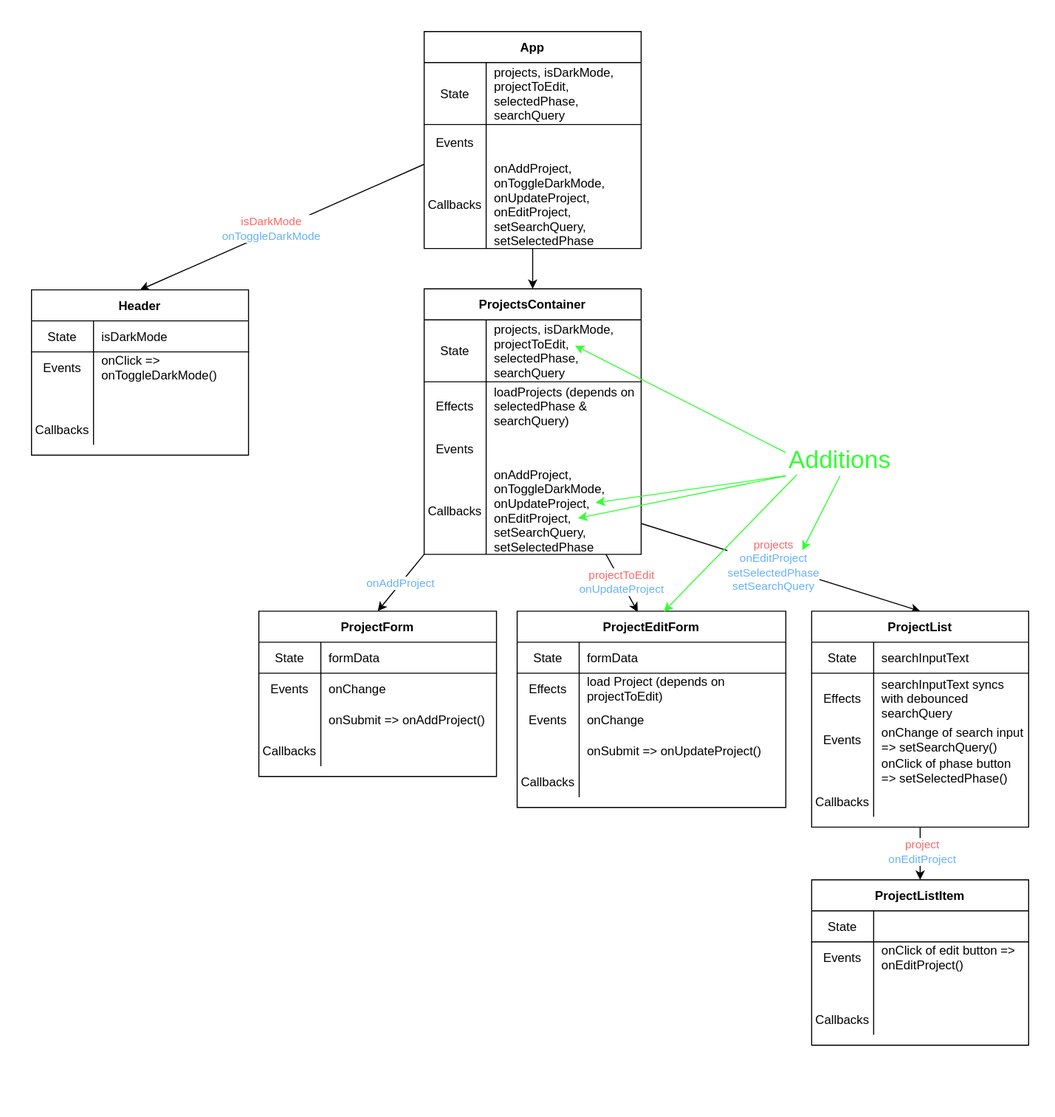
learn-co-students/SENG-LIVE-082922-phase-2-react keeps this draw.io diagram as 06_PATCH_DELETE/assets/component-hierarchy-with-data-flow.drawio.svg. Above is the earlier version. Source tidied: cells renumbered, new cells last; positions are measured from the earlier drawing's top-left corner, leaving out a move shared by most shapes.
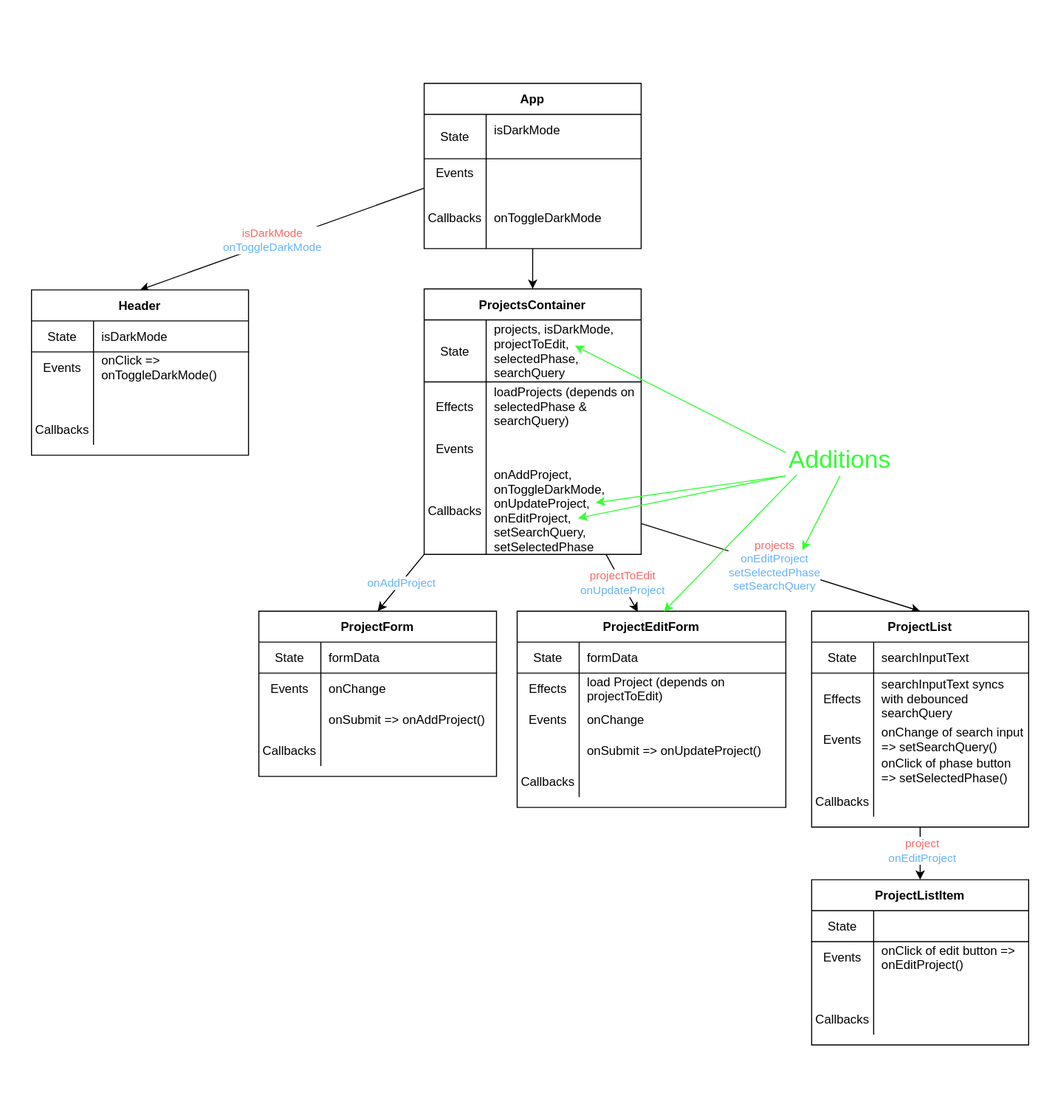
The same file after the commit.

Commit message:
update component hierarchy diagram

Change to the diagram source:
```diff
@@ -322,37 +322,37 @@
       <mxGeometry relative="1" as="geometry" />
     </mxCell>
     <mxCell id="105" value="App" style="shape=table;startSize=30;rowLines=0;fontStyle=1;align=center;" parent="1" vertex="1">
-      <mxGeometry x="410" y="30" width="210" height="210" as="geometry" />
+      <mxGeometry x="410" y="80" width="210" height="160" as="geometry" />
     </mxCell>
     <mxCell id="106" style="shape=partialRectangle;fillColor=none;top=0;left=0;bottom=0;right=0;" parent="105" vertex="1">
-      <mxGeometry y="30" width="210" height="31" as="geometry" />
+      <mxGeometry y="30" width="210" height="22" as="geometry" />
     </mxCell>
     <mxCell id="107" value="State" style="shape=partialRectangle;fillColor=none;top=0;left=0;bottom=1;right=0;fontStyle=0;overflow=hidden;colspan=1;rowspan=2;" parent="106" vertex="1">
-      <mxGeometry width="60" height="60" as="geometry" />
+      <mxGeometry width="60" height="43" as="geometry" />
     </mxCell>
-    <mxCell id="108" value="projects, isDarkMode, &#10;projectToEdit,&#10;selectedPhase, &#10;searchQuery" style="shape=partialRectangle;fillColor=none;top=0;left=0;bottom=1;right=0;align=left;spacingLeft=6;fontStyle=0;overflow=visible;strokeColor=default;rowspan=2;" parent="106" vertex="1">
-      <mxGeometry x="60" width="150" height="60" as="geometry" />
+    <mxCell id="108" value="isDarkMode&#10;" style="shape=partialRectangle;fillColor=none;top=0;left=0;bottom=1;right=0;align=left;spacingLeft=6;fontStyle=0;overflow=visible;strokeColor=default;rowspan=2;" parent="106" vertex="1">
+      <mxGeometry x="60" width="150" height="43" as="geometry" />
     </mxCell>
     <mxCell id="109" style="shape=partialRectangle;fillColor=none;top=0;left=0;bottom=0;right=0;" parent="105" vertex="1">
-      <mxGeometry y="61" width="210" height="29" as="geometry" />
+      <mxGeometry y="52" width="210" height="21" as="geometry" />
     </mxCell>
     <mxCell id="110" style="shape=partialRectangle;fillColor=none;top=0;left=0;bottom=0;right=0;" parent="105" vertex="1">
-      <mxGeometry y="90" width="210" height="35" as="geometry" />
+      <mxGeometry y="73" width="210" height="26" as="geometry" />
     </mxCell>
     <mxCell id="111" value="Events" style="shape=partialRectangle;fillColor=none;top=0;left=0;bottom=0;right=0;overflow=hidden;" parent="110" vertex="1">
-      <mxGeometry width="60" height="35" as="geometry" />
+      <mxGeometry width="60" height="26" as="geometry" />
     </mxCell>
     <mxCell id="112" style="shape=partialRectangle;fillColor=none;top=0;left=0;bottom=0;right=0;align=left;spacingLeft=6;overflow=hidden;" parent="110" vertex="1">
-      <mxGeometry x="60" width="150" height="35" as="geometry" />
+      <mxGeometry x="60" width="150" height="26" as="geometry" />
     </mxCell>
     <mxCell id="113" style="shape=partialRectangle;fillColor=none;top=0;left=0;bottom=0;right=0;points=[[0,0.5],[1,0.5]];portConstraint=eastwest;" parent="105" vertex="1">
-      <mxGeometry y="125" width="210" height="85" as="geometry" />
+      <mxGeometry y="99" width="210" height="61" as="geometry" />
     </mxCell>
     <mxCell id="114" value="Callbacks" style="shape=partialRectangle;fillColor=none;top=0;left=0;bottom=0;right=0;overflow=hidden;rowspan=3;" parent="113" vertex="1">
-      <mxGeometry width="60" height="85" as="geometry" />
+      <mxGeometry width="60" height="61" as="geometry" />
     </mxCell>
-    <mxCell id="115" value="onAddProject, &#10;onToggleDarkMode,&#10;onUpdateProject,&#10;onEditProject,&#10;setSearchQuery,&#10;setSelectedPhase" style="shape=partialRectangle;fillColor=none;top=0;left=0;bottom=0;right=0;align=left;spacingLeft=6;overflow=visible;rowspan=2;" parent="113" vertex="1">
-      <mxGeometry x="60" width="150" height="85" as="geometry" />
+    <mxCell id="115" value="onToggleDarkMode" style="shape=partialRectangle;fillColor=none;top=0;left=0;bottom=0;right=0;align=left;spacingLeft=6;overflow=visible;rowspan=2;" parent="113" vertex="1">
+      <mxGeometry x="60" width="150" height="61" as="geometry" />
     </mxCell>
   </root>
 </mxGraphModel>
```
